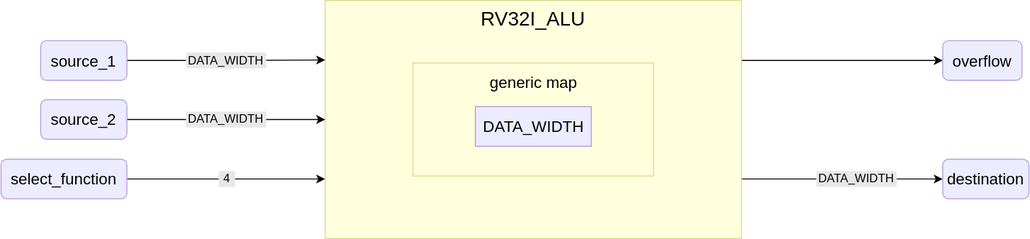
The draw.io diagram docs/public/images/reference/report_components/rv32i_alu.drawio.svg in insper-riscv/core, before a commit. Source tidied: cells renumbered, new cells last; positions are measured from the earlier drawing's top-left corner, leaving out a move shared by most shapes. The source it was exported from:
```xml
<mxGraphModel>
  <root>
    <mxCell id="0" />
    <mxCell id="1" parent="0" />
    <mxCell id="2" style="edgeStyle=orthogonalEdgeStyle;rounded=0;jettySize=auto;html=1;entryX=0;entryY=0.5;entryDx=0;entryDy=0;exitX=1;exitY=0.75;exitDx=0;exitDy=0;" parent="1" edge="1" source="4" target="11">
      <mxGeometry relative="1" as="geometry" />
    </mxCell>
    <mxCell id="3" style="edgeStyle=orthogonalEdgeStyle;rounded=0;jettySize=auto;html=1;entryX=0;entryY=0.5;entryDx=0;entryDy=0;" parent="1" edge="1" source="4" target="18">
      <mxGeometry relative="1" as="geometry">
        <Array as="points">
          <mxPoint x="848" y="60" />
        </Array>
      </mxGeometry>
    </mxCell>
    <mxCell id="4" value="RV32I_ALU" style="rounded=0;whiteSpace=wrap;html=1;fillColor=#ffffde;strokeColor=#dada94;verticalAlign=top;fontSize=20;" parent="1" vertex="1">
      <mxGeometry x="327" width="420" height="240" as="geometry" />
    </mxCell>
    <mxCell id="5" value="&lt;span style=&quot;font-size: 16px;&quot;&gt;generic map&lt;/span&gt;" style="rounded=0;whiteSpace=wrap;html=1;fillColor=#ffffde;strokeColor=#dada94;verticalAlign=top;fontSize=20;" parent="1" vertex="1">
      <mxGeometry x="415.8" y="63" width="242.5" height="114" as="geometry" />
    </mxCell>
    <mxCell id="6" value="DATA_WIDTH" style="rounded=0;whiteSpace=wrap;html=1;fillColor=#ececff;strokeColor=#b29ae1;fontSize=16;" parent="1" vertex="1">
      <mxGeometry x="478.6" y="107" width="116.9" height="40" as="geometry" />
    </mxCell>
    <mxCell id="7" style="edgeStyle=orthogonalEdgeStyle;rounded=0;jettySize=auto;html=1;entryX=0;entryY=0.25;entryDx=0;entryDy=0;strokeWidth=1;" parent="1" edge="1" source="8" target="4">
      <mxGeometry relative="1" as="geometry" />
    </mxCell>
    <mxCell id="8" value="source_1" style="rounded=1;whiteSpace=wrap;html=1;fillColor=#ececff;strokeColor=#b59fe2;fontSize=16;" parent="1" vertex="1">
      <mxGeometry x="40" y="40.5" width="87" height="40" as="geometry" />
    </mxCell>
    <mxCell id="9" style="edgeStyle=orthogonalEdgeStyle;rounded=0;jettySize=auto;html=1;entryX=0;entryY=0.5;entryDx=0;entryDy=0;" parent="1" edge="1" source="10" target="4">
      <mxGeometry relative="1" as="geometry" />
    </mxCell>
    <mxCell id="10" value="source_2" style="rounded=1;whiteSpace=wrap;html=1;fillColor=#ececff;strokeColor=#b59fe2;fontSize=16;" parent="1" vertex="1">
      <mxGeometry x="40" y="100" width="87" height="40" as="geometry" />
    </mxCell>
    <mxCell id="11" value="destination" style="rounded=1;whiteSpace=wrap;html=1;fillColor=#ececff;strokeColor=#b59fe2;fontSize=16;" parent="1" vertex="1">
      <mxGeometry x="950" y="160" width="87" height="40" as="geometry" />
    </mxCell>
    <mxCell id="12" value="DATA_WIDTH" style="rounded=0;whiteSpace=wrap;html=1;fillColor=#e8e8e8;strokeColor=#e8e8e8;" parent="1" vertex="1">
      <mxGeometry x="187" y="53" width="80" height="15" as="geometry" />
    </mxCell>
    <mxCell id="13" value="DATA_WIDTH" style="rounded=0;whiteSpace=wrap;html=1;fillColor=#e8e8e8;strokeColor=#e8e8e8;" parent="1" vertex="1">
      <mxGeometry x="187" y="112.5" width="80" height="15" as="geometry" />
    </mxCell>
    <mxCell id="14" value="DATA_WIDTH" style="rounded=0;whiteSpace=wrap;html=1;fillColor=#e8e8e8;strokeColor=#e8e8e8;" parent="1" vertex="1">
      <mxGeometry x="823" y="172.5" width="80" height="15" as="geometry" />
    </mxCell>
    <mxCell id="15" style="edgeStyle=orthogonalEdgeStyle;rounded=0;jettySize=auto;html=1;entryX=0;entryY=0.75;entryDx=0;entryDy=0;" parent="1" edge="1" source="16" target="4">
      <mxGeometry relative="1" as="geometry" />
    </mxCell>
    <mxCell id="16" value="select_function" style="rounded=1;whiteSpace=wrap;html=1;fillColor=#ececff;strokeColor=#b59fe2;fontSize=16;" parent="1" vertex="1">
      <mxGeometry y="160" width="127" height="40" as="geometry" />
    </mxCell>
    <mxCell id="17" value="4" style="rounded=0;whiteSpace=wrap;html=1;fillColor=#e8e8e8;strokeColor=#e8e8e8;" parent="1" vertex="1">
      <mxGeometry x="220" y="172.5" width="15.5" height="15" as="geometry" />
    </mxCell>
    <mxCell id="18" value="overflow" style="rounded=1;whiteSpace=wrap;html=1;fillColor=#ececff;strokeColor=#b59fe2;fontSize=16;" parent="1" vertex="1">
      <mxGeometry x="950" y="40.5" width="80" height="40" as="geometry" />
    </mxCell>
  </root>
</mxGraphModel>
```
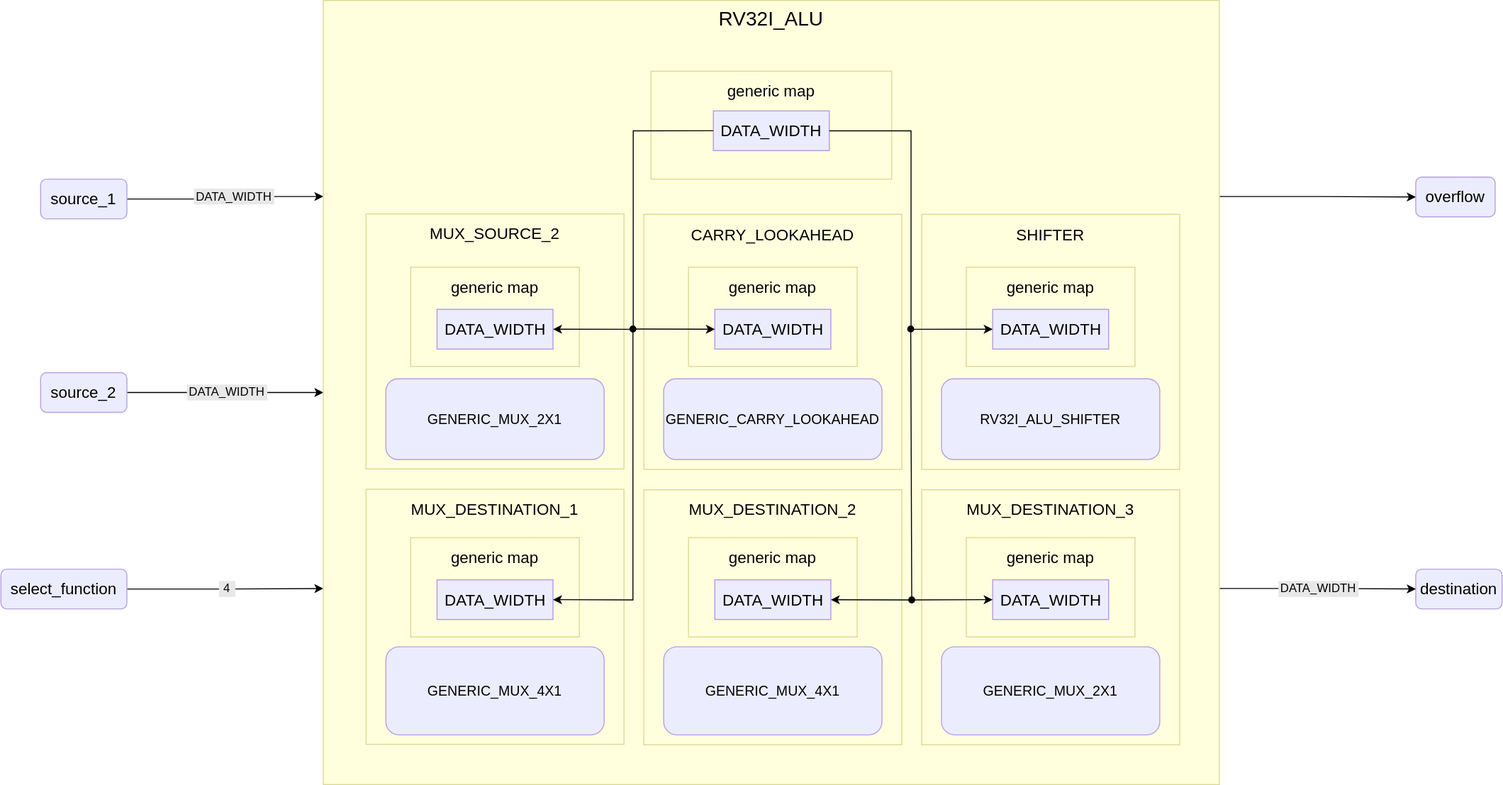
The same file after the commit.

The edit, as a diff of the source:
```diff
@@ -2,60 +2,161 @@
   <root>
     <mxCell id="0" />
     <mxCell id="1" parent="0" />
-    <mxCell id="2" style="edgeStyle=orthogonalEdgeStyle;rounded=0;jettySize=auto;html=1;entryX=0;entryY=0.5;entryDx=0;entryDy=0;exitX=1;exitY=0.75;exitDx=0;exitDy=0;" parent="1" edge="1" source="4" target="11">
-      <mxGeometry relative="1" as="geometry" />
-    </mxCell>
-    <mxCell id="3" style="edgeStyle=orthogonalEdgeStyle;rounded=0;jettySize=auto;html=1;entryX=0;entryY=0.5;entryDx=0;entryDy=0;" parent="1" edge="1" source="4" target="18">
-      <mxGeometry relative="1" as="geometry">
-        <Array as="points">
-          <mxPoint x="848" y="60" />
-        </Array>
-      </mxGeometry>
-    </mxCell>
-    <mxCell id="4" value="RV32I_ALU" style="rounded=0;whiteSpace=wrap;html=1;fillColor=#ffffde;strokeColor=#dada94;verticalAlign=top;fontSize=20;" parent="1" vertex="1">
-      <mxGeometry x="327" width="420" height="240" as="geometry" />
-    </mxCell>
-    <mxCell id="5" value="&lt;span style=&quot;font-size: 16px;&quot;&gt;generic map&lt;/span&gt;" style="rounded=0;whiteSpace=wrap;html=1;fillColor=#ffffde;strokeColor=#dada94;verticalAlign=top;fontSize=20;" parent="1" vertex="1">
-      <mxGeometry x="415.8" y="63" width="242.5" height="114" as="geometry" />
-    </mxCell>
-    <mxCell id="6" value="DATA_WIDTH" style="rounded=0;whiteSpace=wrap;html=1;fillColor=#ececff;strokeColor=#b29ae1;fontSize=16;" parent="1" vertex="1">
-      <mxGeometry x="478.6" y="107" width="116.9" height="40" as="geometry" />
-    </mxCell>
-    <mxCell id="7" style="edgeStyle=orthogonalEdgeStyle;rounded=0;jettySize=auto;html=1;entryX=0;entryY=0.25;entryDx=0;entryDy=0;strokeWidth=1;" parent="1" edge="1" source="8" target="4">
+    <mxCell id="7" style="edgeStyle=orthogonalEdgeStyle;rounded=0;jettySize=auto;html=1;entryX=0;entryY=0.25;entryDx=0;entryDy=0;" parent="1" edge="1" source="8" target="4">
       <mxGeometry relative="1" as="geometry" />
     </mxCell>
     <mxCell id="8" value="source_1" style="rounded=1;whiteSpace=wrap;html=1;fillColor=#ececff;strokeColor=#b59fe2;fontSize=16;" parent="1" vertex="1">
-      <mxGeometry x="40" y="40.5" width="87" height="40" as="geometry" />
+      <mxGeometry x="-138" y="480" width="87" height="40" as="geometry" />
     </mxCell>
     <mxCell id="9" style="edgeStyle=orthogonalEdgeStyle;rounded=0;jettySize=auto;html=1;entryX=0;entryY=0.5;entryDx=0;entryDy=0;" parent="1" edge="1" source="10" target="4">
       <mxGeometry relative="1" as="geometry" />
     </mxCell>
     <mxCell id="10" value="source_2" style="rounded=1;whiteSpace=wrap;html=1;fillColor=#ececff;strokeColor=#b59fe2;fontSize=16;" parent="1" vertex="1">
-      <mxGeometry x="40" y="100" width="87" height="40" as="geometry" />
+      <mxGeometry x="-138" y="675" width="87" height="40" as="geometry" />
     </mxCell>
     <mxCell id="11" value="destination" style="rounded=1;whiteSpace=wrap;html=1;fillColor=#ececff;strokeColor=#b59fe2;fontSize=16;" parent="1" vertex="1">
-      <mxGeometry x="950" y="160" width="87" height="40" as="geometry" />
+      <mxGeometry x="1248" y="873" width="87" height="40" as="geometry" />
     </mxCell>
     <mxCell id="12" value="DATA_WIDTH" style="rounded=0;whiteSpace=wrap;html=1;fillColor=#e8e8e8;strokeColor=#e8e8e8;" parent="1" vertex="1">
-      <mxGeometry x="187" y="53" width="80" height="15" as="geometry" />
+      <mxGeometry x="17" y="490" width="80" height="15" as="geometry" />
     </mxCell>
-    <mxCell id="13" value="DATA_WIDTH" style="rounded=0;whiteSpace=wrap;html=1;fillColor=#e8e8e8;strokeColor=#e8e8e8;" parent="1" vertex="1">
-      <mxGeometry x="187" y="112.5" width="80" height="15" as="geometry" />
-    </mxCell>
-    <mxCell id="14" value="DATA_WIDTH" style="rounded=0;whiteSpace=wrap;html=1;fillColor=#e8e8e8;strokeColor=#e8e8e8;" parent="1" vertex="1">
-      <mxGeometry x="823" y="172.5" width="80" height="15" as="geometry" />
-    </mxCell>
     <mxCell id="15" style="edgeStyle=orthogonalEdgeStyle;rounded=0;jettySize=auto;html=1;entryX=0;entryY=0.75;entryDx=0;entryDy=0;" parent="1" edge="1" source="16" target="4">
       <mxGeometry relative="1" as="geometry" />
     </mxCell>
     <mxCell id="16" value="select_function" style="rounded=1;whiteSpace=wrap;html=1;fillColor=#ececff;strokeColor=#b59fe2;fontSize=16;" parent="1" vertex="1">
-      <mxGeometry y="160" width="127" height="40" as="geometry" />
+      <mxGeometry x="-178" y="873" width="127" height="40" as="geometry" />
     </mxCell>
     <mxCell id="17" value="4" style="rounded=0;whiteSpace=wrap;html=1;fillColor=#e8e8e8;strokeColor=#e8e8e8;" parent="1" vertex="1">
-      <mxGeometry x="220" y="172.5" width="15.5" height="15" as="geometry" />
+      <mxGeometry x="42.2" y="885.5" width="15.5" height="15" as="geometry" />
     </mxCell>
     <mxCell id="18" value="overflow" style="rounded=1;whiteSpace=wrap;html=1;fillColor=#ececff;strokeColor=#b59fe2;fontSize=16;" parent="1" vertex="1">
-      <mxGeometry x="950" y="40.5" width="80" height="40" as="geometry" />
+      <mxGeometry x="1248" y="478" width="80" height="40" as="geometry" />
     </mxCell>
+    <mxCell id="3" style="edgeStyle=orthogonalEdgeStyle;rounded=0;jettySize=auto;html=1;exitX=1;exitY=0.25;exitDx=0;exitDy=0;entryX=0;entryY=0.5;entryDx=0;entryDy=0;" parent="1" edge="1" source="4" target="18">
+      <mxGeometry relative="1" as="geometry" />
+    </mxCell>
+    <mxCell id="2" style="edgeStyle=orthogonalEdgeStyle;rounded=0;jettySize=auto;html=1;exitX=1;exitY=0.75;exitDx=0;exitDy=0;entryX=0;entryY=0.5;entryDx=0;entryDy=0;" parent="1" edge="1" source="4" target="11">
+      <mxGeometry relative="1" as="geometry" />
+    </mxCell>
+    <mxCell id="4" value="RV32I_ALU" style="rounded=0;whiteSpace=wrap;html=1;fillColor=#ffffde;strokeColor=#dada94;verticalAlign=top;fontSize=20;" parent="1" vertex="1">
+      <mxGeometry x="147" y="300" width="903" height="790" as="geometry" />
+    </mxCell>
+    <mxCell id="19" value="&lt;span style=&quot;font-size: 16px;&quot;&gt;MUX_SOURCE_2&lt;/span&gt;" style="rounded=0;whiteSpace=wrap;html=1;fillColor=#ffffde;strokeColor=#dada94;verticalAlign=top;fontSize=20;" parent="1" vertex="1">
+      <mxGeometry x="190" y="515" width="260" height="257" as="geometry" />
+    </mxCell>
+    <mxCell id="20" value="&lt;span style=&quot;font-size: 16px;&quot;&gt;CARRY_LOOKAHEAD&lt;/span&gt;" style="rounded=0;whiteSpace=wrap;html=1;fillColor=#ffffde;strokeColor=#dada94;verticalAlign=top;fontSize=20;" parent="1" vertex="1">
+      <mxGeometry x="470" y="515.5" width="260" height="257" as="geometry" />
+    </mxCell>
+    <mxCell id="21" value="GENERIC_CARRY_LOOKAHEAD" style="rounded=1;whiteSpace=wrap;html=1;fillColor=#ececff;strokeColor=#b59fe2;fontSize=14;" parent="1" vertex="1">
+      <mxGeometry x="490" y="681.2" width="220" height="81.2" as="geometry" />
+    </mxCell>
+    <mxCell id="22" value="&lt;span style=&quot;font-size: 16px;&quot;&gt;SHIFTER&lt;/span&gt;" style="rounded=0;whiteSpace=wrap;html=1;fillColor=#ffffde;strokeColor=#dada94;verticalAlign=top;fontSize=20;" parent="1" vertex="1">
+      <mxGeometry x="750" y="515.5" width="260" height="257" as="geometry" />
+    </mxCell>
+    <mxCell id="23" value="RV32I_ALU_SHIFTER" style="rounded=1;whiteSpace=wrap;html=1;fillColor=#ececff;strokeColor=#b59fe2;fontSize=14;" parent="1" vertex="1">
+      <mxGeometry x="770" y="681.2" width="220" height="81.2" as="geometry" />
+    </mxCell>
+    <mxCell id="24" value="GENERIC_MUX_2X1" style="rounded=1;whiteSpace=wrap;html=1;fillColor=#ececff;strokeColor=#b59fe2;fontSize=14;" parent="1" vertex="1">
+      <mxGeometry x="210" y="681.2" width="220" height="81.2" as="geometry" />
+    </mxCell>
+    <mxCell id="25" value="&lt;span style=&quot;font-size: 16px;&quot;&gt;MUX_DESTINATION_1&lt;/span&gt;" style="rounded=0;whiteSpace=wrap;html=1;fillColor=#ffffde;strokeColor=#dada94;verticalAlign=top;fontSize=20;" parent="1" vertex="1">
+      <mxGeometry x="190" y="792.5" width="260" height="257" as="geometry" />
+    </mxCell>
+    <mxCell id="26" value="&lt;span style=&quot;font-size: 16px;&quot;&gt;MUX_DESTINATION_2&lt;/span&gt;" style="rounded=0;whiteSpace=wrap;html=1;fillColor=#ffffde;strokeColor=#dada94;verticalAlign=top;fontSize=20;" parent="1" vertex="1">
+      <mxGeometry x="470" y="793" width="260" height="257" as="geometry" />
+    </mxCell>
+    <mxCell id="27" value="GENERIC_MUX_4X1" style="rounded=1;whiteSpace=wrap;html=1;fillColor=#ececff;strokeColor=#b59fe2;fontSize=14;" parent="1" vertex="1">
+      <mxGeometry x="490" y="951.2" width="220" height="88.8" as="geometry" />
+    </mxCell>
+    <mxCell id="28" value="&lt;span style=&quot;font-size: 16px;&quot;&gt;MUX_DESTINATION_3&lt;/span&gt;" style="rounded=0;whiteSpace=wrap;html=1;fillColor=#ffffde;strokeColor=#dada94;verticalAlign=top;fontSize=20;" parent="1" vertex="1">
+      <mxGeometry x="750" y="793" width="260" height="257" as="geometry" />
+    </mxCell>
+    <mxCell id="29" value="GENERIC_MUX_2X1" style="rounded=1;whiteSpace=wrap;html=1;fillColor=#ececff;strokeColor=#b59fe2;fontSize=14;" parent="1" vertex="1">
+      <mxGeometry x="770" y="951.2" width="220" height="88.8" as="geometry" />
+    </mxCell>
+    <mxCell id="30" value="GENERIC_MUX_4X1" style="rounded=1;whiteSpace=wrap;html=1;fillColor=#ececff;strokeColor=#b59fe2;fontSize=14;" parent="1" vertex="1">
+      <mxGeometry x="210" y="951.2" width="220" height="88.8" as="geometry" />
+    </mxCell>
+    <mxCell id="31" value="&lt;span style=&quot;font-size: 16px;&quot;&gt;generic map&lt;/span&gt;" style="rounded=0;whiteSpace=wrap;html=1;fillColor=#ffffde;strokeColor=#dada94;verticalAlign=top;fontSize=20;" parent="1" vertex="1">
+      <mxGeometry x="477.2" y="371.2" width="242.5" height="108.8" as="geometry" />
+    </mxCell>
+    <mxCell id="32" value="DATA_WIDTH" style="rounded=0;whiteSpace=wrap;html=1;fillColor=#ececff;strokeColor=#b29ae1;fontSize=16;" parent="1" vertex="1">
+      <mxGeometry x="540.1" y="411.2" width="116.9" height="40" as="geometry" />
+    </mxCell>
+    <mxCell id="33" value="&lt;span style=&quot;font-size: 16px;&quot;&gt;generic map&lt;/span&gt;" style="rounded=0;whiteSpace=wrap;html=1;fillColor=#ffffde;strokeColor=#dada94;verticalAlign=top;fontSize=20;" parent="1" vertex="1">
+      <mxGeometry x="235" y="568.8" width="170" height="100" as="geometry" />
+    </mxCell>
+    <mxCell id="34" value="DATA_WIDTH" style="rounded=0;whiteSpace=wrap;html=1;fillColor=#ececff;strokeColor=#b29ae1;fontSize=16;" parent="1" vertex="1">
+      <mxGeometry x="261.6" y="611.2" width="116.9" height="40" as="geometry" />
+    </mxCell>
+    <mxCell id="35" value="&lt;span style=&quot;font-size: 16px;&quot;&gt;generic map&lt;/span&gt;" style="rounded=0;whiteSpace=wrap;html=1;fillColor=#ffffde;strokeColor=#dada94;verticalAlign=top;fontSize=20;" parent="1" vertex="1">
+      <mxGeometry x="515" y="568.8" width="170" height="100" as="geometry" />
+    </mxCell>
+    <mxCell id="36" value="DATA_WIDTH" style="rounded=0;whiteSpace=wrap;html=1;fillColor=#ececff;strokeColor=#b29ae1;fontSize=16;" parent="1" vertex="1">
+      <mxGeometry x="541.6" y="611.2" width="116.9" height="40" as="geometry" />
+    </mxCell>
+    <mxCell id="37" value="&lt;span style=&quot;font-size: 16px;&quot;&gt;generic map&lt;/span&gt;" style="rounded=0;whiteSpace=wrap;html=1;fillColor=#ffffde;strokeColor=#dada94;verticalAlign=top;fontSize=20;" parent="1" vertex="1">
+      <mxGeometry x="795" y="568.8" width="170" height="100" as="geometry" />
+    </mxCell>
+    <mxCell id="38" value="DATA_WIDTH" style="rounded=0;whiteSpace=wrap;html=1;fillColor=#ececff;strokeColor=#b29ae1;fontSize=16;" parent="1" vertex="1">
+      <mxGeometry x="821.6" y="611.2" width="116.9" height="40" as="geometry" />
+    </mxCell>
+    <mxCell id="39" value="&lt;span style=&quot;font-size: 16px;&quot;&gt;generic map&lt;/span&gt;" style="rounded=0;whiteSpace=wrap;html=1;fillColor=#ffffde;strokeColor=#dada94;verticalAlign=top;fontSize=20;" parent="1" vertex="1">
+      <mxGeometry x="795" y="841.2" width="170" height="100" as="geometry" />
+    </mxCell>
+    <mxCell id="40" value="DATA_WIDTH" style="rounded=0;whiteSpace=wrap;html=1;fillColor=#ececff;strokeColor=#b29ae1;fontSize=16;" parent="1" vertex="1">
+      <mxGeometry x="821.6" y="883.8" width="116.9" height="40" as="geometry" />
+    </mxCell>
+    <mxCell id="41" value="&lt;span style=&quot;font-size: 16px;&quot;&gt;generic map&lt;/span&gt;" style="rounded=0;whiteSpace=wrap;html=1;fillColor=#ffffde;strokeColor=#dada94;verticalAlign=top;fontSize=20;" parent="1" vertex="1">
+      <mxGeometry x="515" y="841.2" width="170" height="100" as="geometry" />
+    </mxCell>
+    <mxCell id="42" value="DATA_WIDTH" style="rounded=0;whiteSpace=wrap;html=1;fillColor=#ececff;strokeColor=#b29ae1;fontSize=16;" parent="1" vertex="1">
+      <mxGeometry x="541.6" y="883.8" width="116.9" height="40" as="geometry" />
+    </mxCell>
+    <mxCell id="43" value="&lt;span style=&quot;font-size: 16px;&quot;&gt;generic map&lt;/span&gt;" style="rounded=0;whiteSpace=wrap;html=1;fillColor=#ffffde;strokeColor=#dada94;verticalAlign=top;fontSize=20;" parent="1" vertex="1">
+      <mxGeometry x="235" y="841.2" width="170" height="100" as="geometry" />
+    </mxCell>
+    <mxCell id="44" value="DATA_WIDTH" style="rounded=0;whiteSpace=wrap;html=1;fillColor=#ececff;strokeColor=#b29ae1;fontSize=16;" parent="1" vertex="1">
+      <mxGeometry x="261.6" y="883.8" width="116.9" height="40" as="geometry" />
+    </mxCell>
+    <mxCell id="13" value="DATA_WIDTH" style="rounded=0;whiteSpace=wrap;html=1;fillColor=#e8e8e8;strokeColor=#e8e8e8;" parent="1" vertex="1">
+      <mxGeometry x="10" y="687.5" width="80" height="15" as="geometry" />
+    </mxCell>
+    <mxCell id="14" value="DATA_WIDTH" style="rounded=0;whiteSpace=wrap;html=1;fillColor=#e8e8e8;strokeColor=#e8e8e8;" parent="1" vertex="1">
+      <mxGeometry x="1110" y="885.5" width="80" height="15" as="geometry" />
+    </mxCell>
+    <mxCell id="45" style="edgeStyle=orthogonalEdgeStyle;rounded=0;jettySize=auto;html=1;exitX=0;exitY=0.5;exitDx=0;exitDy=0;entryX=1;entryY=0.5;entryDx=0;entryDy=0;" parent="1" edge="1" source="32" target="34">
+      <mxGeometry relative="1" as="geometry" />
+    </mxCell>
+    <mxCell id="46" style="edgeStyle=orthogonalEdgeStyle;rounded=0;jettySize=auto;html=1;entryX=0;entryY=0.5;entryDx=0;entryDy=0;" parent="1" edge="1" source="32" target="38">
+      <mxGeometry relative="1" as="geometry" />
+    </mxCell>
+    <mxCell id="47" style="endArrow=classic;html=1;rounded=0;entryX=0;entryY=0.5;entryDx=0;entryDy=0;startArrow=oval;startFill=1;" parent="1" edge="1">
+      <mxGeometry relative="1" as="geometry">
+        <mxPoint x="459" y="631" as="sourcePoint" />
+        <mxPoint x="541.6" y="631.2" as="targetPoint" />
+      </mxGeometry>
+    </mxCell>
+    <mxCell id="48" style="endArrow=classic;html=1;rounded=0;entryX=1;entryY=0.5;entryDx=0;entryDy=0;" parent="1" edge="1" target="44">
+      <mxGeometry relative="1" as="geometry">
+        <mxPoint x="459" y="630" as="sourcePoint" />
+        <Array as="points">
+          <mxPoint x="459" y="904" />
+        </Array>
+      </mxGeometry>
+    </mxCell>
+    <mxCell id="49" style="endArrow=classic;html=1;rounded=0;startArrow=oval;startFill=1;entryX=0;entryY=0.5;entryDx=0;entryDy=0;" parent="1" edge="1" target="40">
+      <mxGeometry relative="1" as="geometry">
+        <mxPoint x="739" y="631" as="sourcePoint" />
+        <Array as="points">
+          <mxPoint x="740" y="904" />
+        </Array>
+      </mxGeometry>
+    </mxCell>
+    <mxCell id="50" style="endArrow=classic;html=1;rounded=0;startArrow=oval;startFill=1;" parent="1" edge="1" target="42">
+      <mxGeometry relative="1" as="geometry">
+        <mxPoint x="740" y="904" as="sourcePoint" />
+      </mxGeometry>
+    </mxCell>
   </root>
 </mxGraphModel>
```
